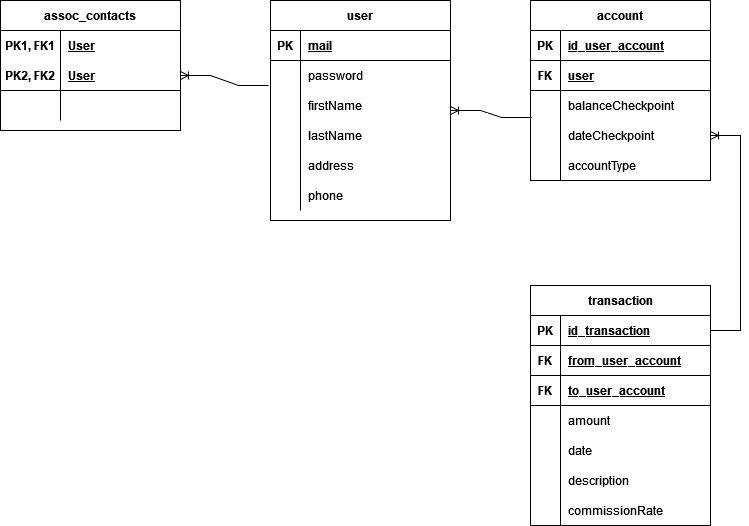
Before: diagrammes/Diagrammes_Chap_6-modele_relationnel.png, a diagram exported from draw.io (AllanS59/PayMyBuddy). Source tidied: cells renumbered, new cells last; positions are measured from the earlier drawing's top-left corner, leaving out a move shared by most shapes.
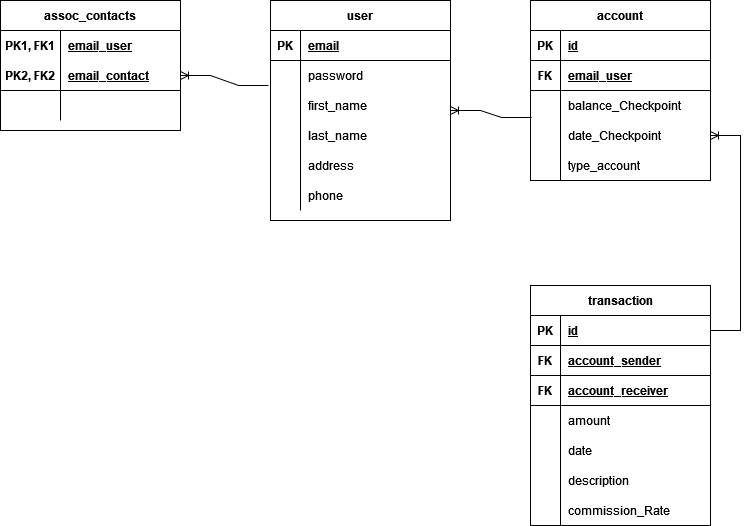
The same diagram one commit later.

Commit message:
Commit post-presentation (minor changes on diagrams)

The edit, as a diff of the source:
```diff
@@ -11,7 +11,7 @@
     <mxCell id="4" value="PK" style="shape=partialRectangle;fillColor=none;top=0;left=0;bottom=0;right=0;fontStyle=1;overflow=hidden;" parent="3" vertex="1">
       <mxGeometry width="30" height="30" as="geometry" />
     </mxCell>
-    <mxCell id="5" value="mail" style="shape=partialRectangle;fillColor=none;top=0;left=0;bottom=0;right=0;align=left;spacingLeft=6;fontStyle=5;overflow=hidden;" parent="3" vertex="1">
+    <mxCell id="5" value="email" style="shape=partialRectangle;fillColor=none;top=0;left=0;bottom=0;right=0;align=left;spacingLeft=6;fontStyle=5;overflow=hidden;" parent="3" vertex="1">
       <mxGeometry x="30" width="150" height="30" as="geometry" />
     </mxCell>
     <mxCell id="6" style="shape=tableRow;horizontal=0;startSize=0;swimlaneHead=0;swimlaneBody=0;fillColor=none;points=[[0,0.5],[1,0.5]];portConstraint=eastwest;top=0;left=0;right=0;bottom=0;" parent="2" vertex="1">
@@ -29,7 +29,7 @@
     <mxCell id="10" style="shape=partialRectangle;fillColor=none;top=0;left=0;bottom=0;right=0;overflow=hidden;" parent="9" vertex="1">
       <mxGeometry width="30" height="30" as="geometry" />
     </mxCell>
-    <mxCell id="11" value="firstName" style="shape=partialRectangle;fillColor=none;top=0;left=0;bottom=0;right=0;align=left;spacingLeft=6;overflow=hidden;" parent="9" vertex="1">
+    <mxCell id="11" value="first_name" style="shape=partialRectangle;fillColor=none;top=0;left=0;bottom=0;right=0;align=left;spacingLeft=6;overflow=hidden;" parent="9" vertex="1">
       <mxGeometry x="30" width="150" height="30" as="geometry" />
     </mxCell>
     <mxCell id="12" style="shape=tableRow;horizontal=0;startSize=0;swimlaneHead=0;swimlaneBody=0;fillColor=none;top=0;left=0;right=0;bottom=0;" parent="2" vertex="1">
@@ -38,7 +38,7 @@
     <mxCell id="13" style="shape=partialRectangle;fillColor=none;top=0;left=0;bottom=0;right=0;overflow=hidden;" parent="12" vertex="1">
       <mxGeometry width="30" height="30" as="geometry" />
     </mxCell>
-    <mxCell id="14" value="lastName" style="shape=partialRectangle;fillColor=none;top=0;left=0;bottom=0;right=0;align=left;spacingLeft=6;overflow=hidden;" parent="12" vertex="1">
+    <mxCell id="14" value="last_name" style="shape=partialRectangle;fillColor=none;top=0;left=0;bottom=0;right=0;align=left;spacingLeft=6;overflow=hidden;" parent="12" vertex="1">
       <mxGeometry x="30" width="150" height="30" as="geometry" />
     </mxCell>
     <mxCell id="15" style="shape=tableRow;horizontal=0;startSize=0;swimlaneHead=0;swimlaneBody=0;fillColor=none;top=0;left=0;right=0;bottom=0;" parent="2" vertex="1">
@@ -68,7 +68,7 @@
     <mxCell id="23" value="PK1, FK1" style="shape=partialRectangle;fillColor=none;top=0;left=0;bottom=0;right=0;fontStyle=1;overflow=hidden;" parent="22" vertex="1">
       <mxGeometry width="60" height="30" as="geometry" />
     </mxCell>
-    <mxCell id="24" value="User" style="shape=partialRectangle;fillColor=none;top=0;left=0;bottom=0;right=0;align=left;spacingLeft=6;fontStyle=5;overflow=hidden;" parent="22" vertex="1">
+    <mxCell id="24" value="email_user" style="shape=partialRectangle;fillColor=none;top=0;left=0;bottom=0;right=0;align=left;spacingLeft=6;fontStyle=5;overflow=hidden;" parent="22" vertex="1">
       <mxGeometry x="60" width="120" height="30" as="geometry" />
     </mxCell>
     <mxCell id="25" style="shape=tableRow;horizontal=0;startSize=0;swimlaneHead=0;swimlaneBody=0;fillColor=none;points=[[0,0.5],[1,0.5]];portConstraint=eastwest;top=0;left=0;right=0;bottom=1;" parent="21" vertex="1">
@@ -77,7 +77,7 @@
     <mxCell id="26" value="PK2, FK2" style="shape=partialRectangle;fillColor=none;top=0;left=0;bottom=0;right=0;fontStyle=1;overflow=hidden;" parent="25" vertex="1">
       <mxGeometry width="60" height="30" as="geometry" />
     </mxCell>
-    <mxCell id="27" value="User" style="shape=partialRectangle;fillColor=none;top=0;left=0;bottom=0;right=0;align=left;spacingLeft=6;fontStyle=5;overflow=hidden;" parent="25" vertex="1">
+    <mxCell id="27" value="email_contact" style="shape=partialRectangle;fillColor=none;top=0;left=0;bottom=0;right=0;align=left;spacingLeft=6;fontStyle=5;overflow=hidden;" parent="25" vertex="1">
       <mxGeometry x="60" width="120" height="30" as="geometry" />
     </mxCell>
     <mxCell id="28" style="shape=tableRow;horizontal=0;startSize=0;swimlaneHead=0;swimlaneBody=0;fillColor=none;top=0;left=0;right=0;bottom=0;" parent="21" vertex="1">
@@ -101,7 +101,7 @@
     <mxCell id="34" value="PK" style="shape=partialRectangle;fillColor=none;top=0;left=0;bottom=0;right=0;fontStyle=1;overflow=hidden;" parent="33" vertex="1">
       <mxGeometry width="30" height="30" as="geometry" />
     </mxCell>
-    <mxCell id="35" value="id_user_account" style="shape=partialRectangle;fillColor=none;top=0;left=0;bottom=0;right=0;align=left;spacingLeft=6;fontStyle=5;overflow=hidden;" parent="33" vertex="1">
+    <mxCell id="35" value="id" style="shape=partialRectangle;fillColor=none;top=0;left=0;bottom=0;right=0;align=left;spacingLeft=6;fontStyle=5;overflow=hidden;" parent="33" vertex="1">
       <mxGeometry x="30" width="150" height="30" as="geometry" />
     </mxCell>
     <mxCell id="36" style="shape=tableRow;horizontal=0;startSize=0;swimlaneHead=0;swimlaneBody=0;fillColor=none;top=0;left=0;right=0;bottom=1;" parent="32" vertex="1">
@@ -110,7 +110,7 @@
     <mxCell id="37" value="FK" style="shape=partialRectangle;fillColor=none;top=0;left=0;bottom=0;right=0;fontStyle=1;overflow=hidden;" parent="36" vertex="1">
       <mxGeometry width="30" height="30" as="geometry" />
     </mxCell>
-    <mxCell id="38" value="user" style="shape=partialRectangle;fillColor=none;top=0;left=0;bottom=0;right=0;align=left;spacingLeft=6;fontStyle=5;overflow=hidden;" parent="36" vertex="1">
+    <mxCell id="38" value="email_user" style="shape=partialRectangle;fillColor=none;top=0;left=0;bottom=0;right=0;align=left;spacingLeft=6;fontStyle=5;overflow=hidden;" parent="36" vertex="1">
       <mxGeometry x="30" width="150" height="30" as="geometry" />
     </mxCell>
     <mxCell id="39" style="shape=tableRow;horizontal=0;startSize=0;swimlaneHead=0;swimlaneBody=0;fillColor=none;top=0;left=0;right=0;bottom=0;" parent="32" vertex="1">
@@ -119,7 +119,7 @@
     <mxCell id="40" style="shape=partialRectangle;fillColor=none;top=0;left=0;bottom=0;right=0;overflow=hidden;" parent="39" vertex="1">
       <mxGeometry width="30" height="30" as="geometry" />
     </mxCell>
-    <mxCell id="41" value="balanceCheckpoint" style="shape=partialRectangle;fillColor=none;top=0;left=0;bottom=0;right=0;align=left;spacingLeft=6;overflow=hidden;" parent="39" vertex="1">
+    <mxCell id="41" value="balance_Checkpoint" style="shape=partialRectangle;fillColor=none;top=0;left=0;bottom=0;right=0;align=left;spacingLeft=6;overflow=hidden;" parent="39" vertex="1">
       <mxGeometry x="30" width="150" height="30" as="geometry" />
     </mxCell>
     <mxCell id="42" style="shape=tableRow;horizontal=0;startSize=0;swimlaneHead=0;swimlaneBody=0;fillColor=none;points=[[0,0.5],[1,0.5]];portConstraint=eastwest;top=0;left=0;right=0;bottom=0;" parent="32" vertex="1">
@@ -128,7 +128,7 @@
     <mxCell id="43" style="shape=partialRectangle;fillColor=none;top=0;left=0;bottom=0;right=0;overflow=hidden;" parent="42" vertex="1">
       <mxGeometry width="30" height="30" as="geometry" />
     </mxCell>
-    <mxCell id="44" value="dateCheckpoint" style="shape=partialRectangle;fillColor=none;top=0;left=0;bottom=0;right=0;align=left;spacingLeft=6;overflow=hidden;" parent="42" vertex="1">
+    <mxCell id="44" value="date_Checkpoint" style="shape=partialRectangle;fillColor=none;top=0;left=0;bottom=0;right=0;align=left;spacingLeft=6;overflow=hidden;" parent="42" vertex="1">
       <mxGeometry x="30" width="150" height="30" as="geometry" />
     </mxCell>
     <mxCell id="45" style="shape=tableRow;horizontal=0;startSize=0;swimlaneHead=0;swimlaneBody=0;fillColor=none;top=0;left=0;right=0;bottom=0;" parent="32" vertex="1">
@@ -137,7 +137,7 @@
     <mxCell id="46" style="shape=partialRectangle;fillColor=none;top=0;left=0;bottom=0;right=0;overflow=hidden;" parent="45" vertex="1">
       <mxGeometry width="30" height="30" as="geometry" />
     </mxCell>
-    <mxCell id="47" value="accountType" style="shape=partialRectangle;fillColor=none;top=0;left=0;bottom=0;right=0;align=left;spacingLeft=6;overflow=hidden;" parent="45" vertex="1">
+    <mxCell id="47" value="type_account" style="shape=partialRectangle;fillColor=none;top=0;left=0;bottom=0;right=0;align=left;spacingLeft=6;overflow=hidden;" parent="45" vertex="1">
       <mxGeometry x="30" width="150" height="30" as="geometry" />
     </mxCell>
     <mxCell id="48" value="transaction" style="shape=table;startSize=30;rowLines=0;fontStyle=1;align=center;swimlaneLine=1;" parent="1" vertex="1">
@@ -149,7 +149,7 @@
     <mxCell id="50" value="PK" style="shape=partialRectangle;fillColor=none;top=0;left=0;bottom=0;right=0;fontStyle=1;overflow=hidden;" parent="49" vertex="1">
       <mxGeometry width="30" height="30" as="geometry" />
     </mxCell>
-    <mxCell id="51" value="id_transaction" style="shape=partialRectangle;fillColor=none;top=0;left=0;bottom=0;right=0;align=left;spacingLeft=6;fontStyle=5;overflow=hidden;" parent="49" vertex="1">
+    <mxCell id="51" value="id" style="shape=partialRectangle;fillColor=none;top=0;left=0;bottom=0;right=0;align=left;spacingLeft=6;fontStyle=5;overflow=hidden;" parent="49" vertex="1">
       <mxGeometry x="30" width="150" height="30" as="geometry" />
     </mxCell>
     <mxCell id="52" style="shape=tableRow;horizontal=0;startSize=0;swimlaneHead=0;swimlaneBody=0;fillColor=none;top=0;left=0;right=0;bottom=1;swimlaneLine=0;" parent="48" vertex="1">
@@ -158,7 +158,7 @@
     <mxCell id="53" value="FK" style="shape=partialRectangle;fillColor=none;top=0;left=0;bottom=0;right=0;fontStyle=1;overflow=hidden;" parent="52" vertex="1">
       <mxGeometry width="30" height="30" as="geometry" />
     </mxCell>
-    <mxCell id="54" value="from_user_account" style="shape=partialRectangle;fillColor=none;top=0;left=0;bottom=0;right=0;align=left;spacingLeft=6;fontStyle=5;overflow=hidden;" parent="52" vertex="1">
+    <mxCell id="54" value="account_sender" style="shape=partialRectangle;fillColor=none;top=0;left=0;bottom=0;right=0;align=left;spacingLeft=6;fontStyle=5;overflow=hidden;" parent="52" vertex="1">
       <mxGeometry x="30" width="150" height="30" as="geometry" />
     </mxCell>
     <mxCell id="55" style="shape=tableRow;horizontal=0;startSize=0;swimlaneHead=0;swimlaneBody=0;fillColor=none;top=0;left=0;right=0;bottom=1;" parent="48" vertex="1">
@@ -167,7 +167,7 @@
     <mxCell id="56" value="FK" style="shape=partialRectangle;fillColor=none;top=0;left=0;bottom=0;right=0;fontStyle=1;overflow=hidden;" parent="55" vertex="1">
       <mxGeometry width="30" height="30" as="geometry" />
     </mxCell>
-    <mxCell id="57" value="to_user_account" style="shape=partialRectangle;fillColor=none;top=0;left=0;bottom=0;right=0;align=left;spacingLeft=6;fontStyle=5;overflow=hidden;" parent="55" vertex="1">
+    <mxCell id="57" value="account_receiver" style="shape=partialRectangle;fillColor=none;top=0;left=0;bottom=0;right=0;align=left;spacingLeft=6;fontStyle=5;overflow=hidden;" parent="55" vertex="1">
       <mxGeometry x="30" width="150" height="30" as="geometry" />
     </mxCell>
     <mxCell id="58" style="shape=tableRow;horizontal=0;startSize=0;swimlaneHead=0;swimlaneBody=0;fillColor=none;top=0;left=0;right=0;bottom=0;" parent="48" vertex="1">
@@ -203,7 +203,7 @@
     <mxCell id="68" style="shape=partialRectangle;fillColor=none;top=0;left=0;bottom=0;right=0;overflow=hidden;" parent="67" vertex="1">
       <mxGeometry width="30" height="30" as="geometry" />
     </mxCell>
-    <mxCell id="69" value="commissionRate" style="shape=partialRectangle;fillColor=none;top=0;left=0;bottom=0;right=0;align=left;spacingLeft=6;overflow=hidden;" parent="67" vertex="1">
+    <mxCell id="69" value="commission_Rate" style="shape=partialRectangle;fillColor=none;top=0;left=0;bottom=0;right=0;align=left;spacingLeft=6;overflow=hidden;" parent="67" vertex="1">
       <mxGeometry x="30" width="150" height="30" as="geometry" />
     </mxCell>
     <mxCell id="70" style="edgeStyle=entityRelationEdgeStyle;fontSize=12;html=1;endArrow=ERoneToMany;rounded=0;exitX=1;exitY=0.5;exitDx=0;exitDy=0;" parent="1" edge="1" source="49" target="42">
```
